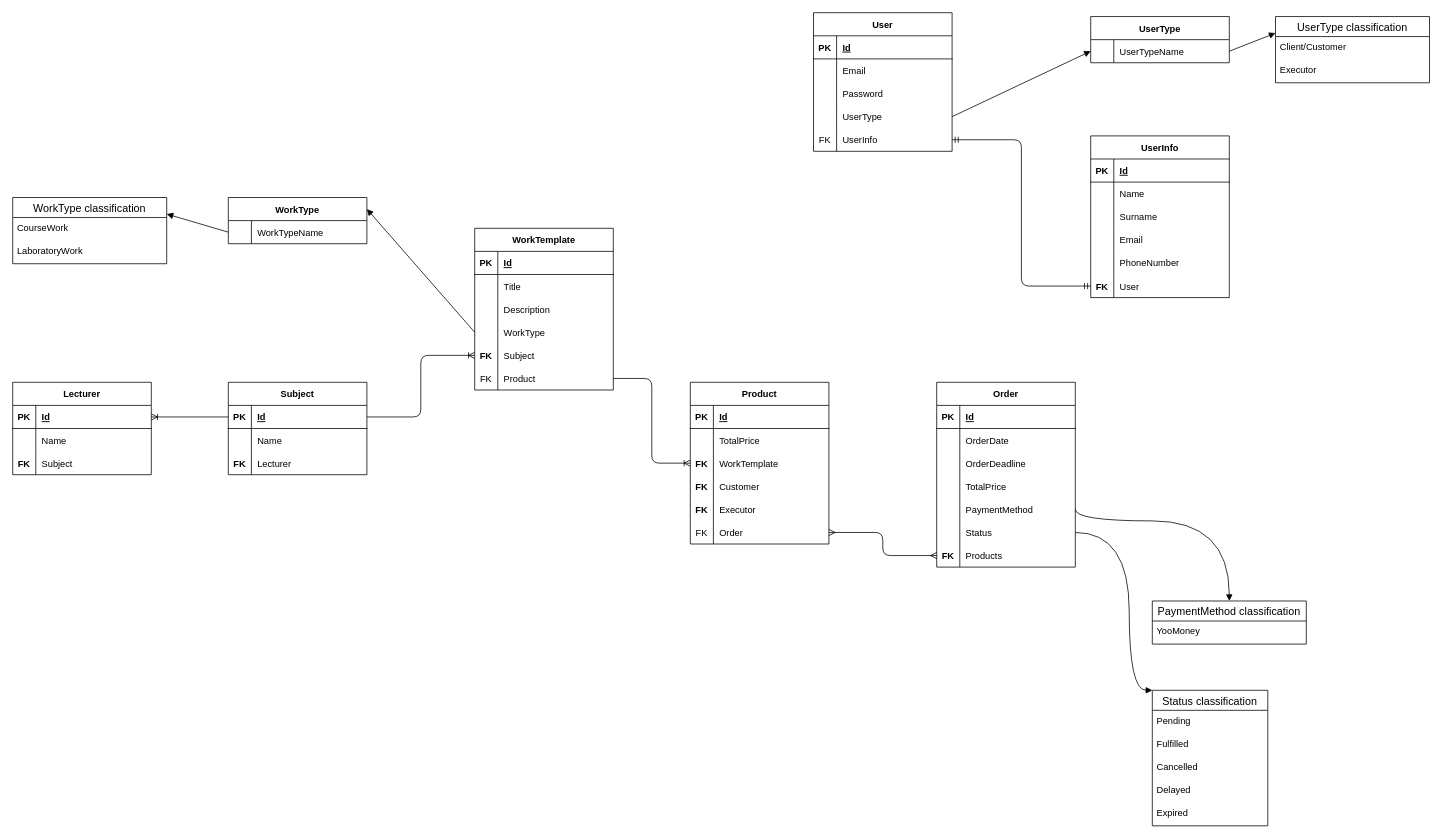
Above: architecture/database overview.drawio in mxdnxghts/ScienceAtrium (draw.io), before the change. Source tidied: cells renumbered, new cells numbered last; positions are measured from the earlier drawing's top-left corner, leaving out a move shared by most shapes. Both pictures are drawn from the tidied source at 77%, with x=0, y=0 at pixel (12, 12).
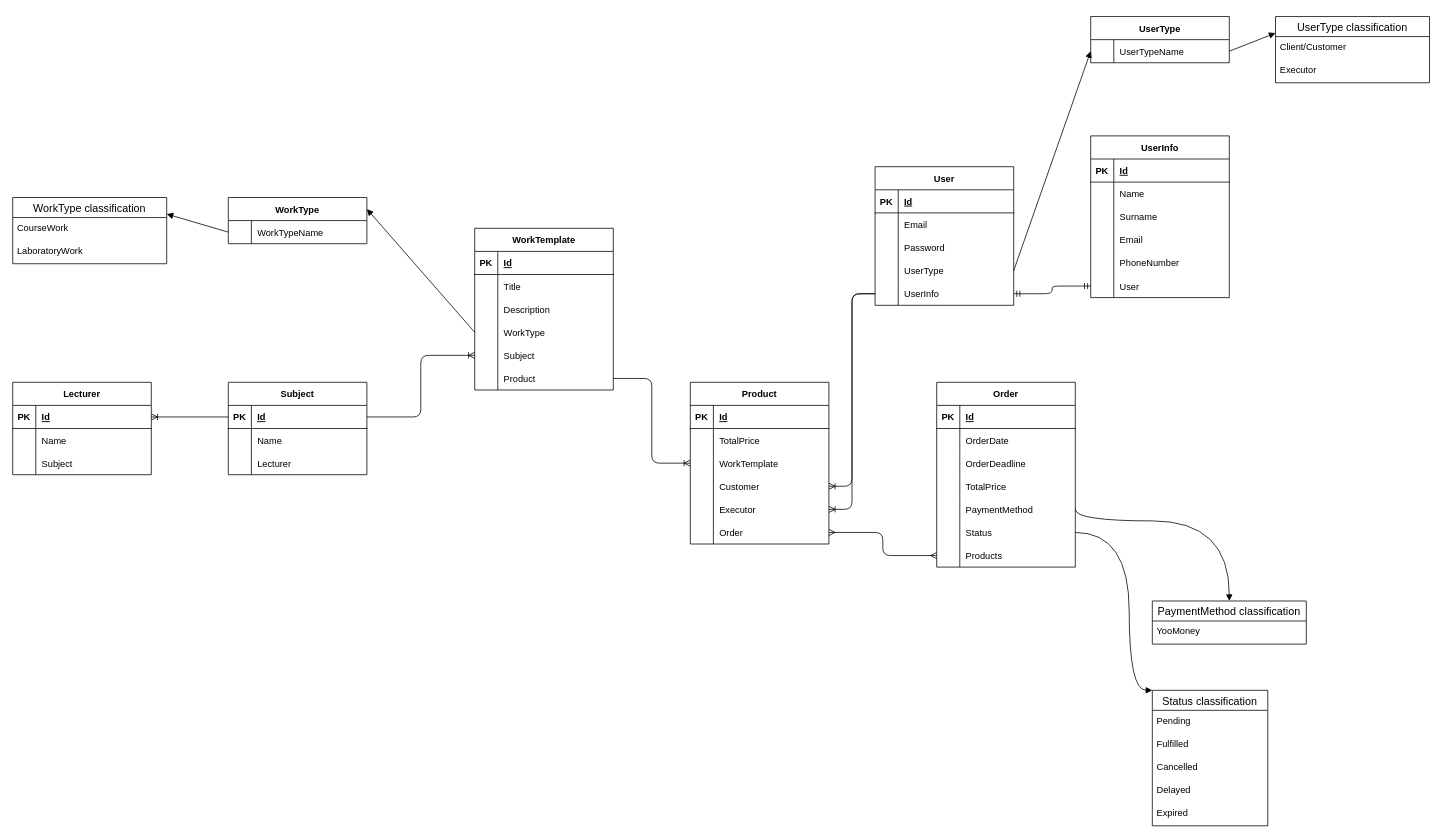
The same page after the edit.

Commit message:
Added relationship between User and Product.

Unchanged cells that the change refers to:
```xml
<mxCell id="21" style="shape=tableRow;horizontal=0;startSize=0;swimlaneHead=0;swimlaneBody=0;fillColor=none;points=[[0,0.5],[1,0.5]];portConstraint=eastwest;top=0;left=0;right=0;bottom=0;" parent="2" vertex="1">
  <mxGeometry y="210" width="180" height="30" as="geometry" />
</mxCell>
<mxCell id="49" style="shape=tableRow;horizontal=0;startSize=0;swimlaneHead=0;swimlaneBody=0;fillColor=none;points=[[0,0.5],[1,0.5]];portConstraint=eastwest;top=0;left=0;right=0;bottom=0;" parent="42" vertex="1">
  <mxGeometry y="90" width="180" height="30" as="geometry" />
</mxCell>
<mxCell id="52" style="shape=tableRow;horizontal=0;startSize=0;swimlaneHead=0;swimlaneBody=0;fillColor=none;points=[[0,0.5],[1,0.5]];portConstraint=eastwest;top=0;left=0;right=0;bottom=0;" parent="42" vertex="1">
  <mxGeometry y="120" width="180" height="30" as="geometry" />
</mxCell>
<mxCell id="55" style="shape=tableRow;horizontal=0;startSize=0;swimlaneHead=0;swimlaneBody=0;fillColor=none;points=[[0,0.5],[1,0.5]];portConstraint=eastwest;top=0;left=0;right=0;bottom=0;" parent="42" vertex="1">
  <mxGeometry y="150" width="180" height="30" as="geometry" />
</mxCell>
<mxCell id="58" style="shape=tableRow;horizontal=0;startSize=0;swimlaneHead=0;swimlaneBody=0;fillColor=none;points=[[0,0.5],[1,0.5]];portConstraint=eastwest;top=0;left=0;right=0;bottom=0;" parent="42" vertex="1">
  <mxGeometry y="180" width="180" height="30" as="geometry" />
</mxCell>
<mxCell id="74" style="shape=tableRow;horizontal=0;startSize=0;swimlaneHead=0;swimlaneBody=0;fillColor=none;points=[[0,0.5],[1,0.5]];portConstraint=eastwest;top=0;left=0;right=0;bottom=0;" parent="61" vertex="1">
  <mxGeometry y="150" width="180" height="30" as="geometry" />
</mxCell>
<mxCell id="77" style="shape=tableRow;horizontal=0;startSize=0;swimlaneHead=0;swimlaneBody=0;fillColor=none;points=[[0,0.5],[1,0.5]];portConstraint=eastwest;top=0;left=0;right=0;bottom=0;" parent="61" vertex="1">
  <mxGeometry y="180" width="180" height="30" as="geometry" />
</mxCell>
<mxCell id="95" style="shape=tableRow;horizontal=0;startSize=0;swimlaneHead=0;swimlaneBody=0;fillColor=none;top=0;left=0;right=0;bottom=0;" parent="88" vertex="1">
  <mxGeometry y="90" width="180" height="30" as="geometry" />
</mxCell>
<mxCell id="105" style="shape=tableRow;horizontal=0;startSize=0;swimlaneHead=0;swimlaneBody=0;fillColor=none;top=0;left=0;right=0;bottom=0;" parent="98" vertex="1">
  <mxGeometry y="90" width="180" height="30" as="geometry" />
</mxCell>
<mxCell id="123" style="shape=tableRow;horizontal=0;startSize=0;swimlaneHead=0;swimlaneBody=0;fillColor=none;points=[[0,0.5],[1,0.5]];portConstraint=eastwest;top=0;left=0;right=0;bottom=0;" parent="110" vertex="1">
  <mxGeometry y="150" width="180" height="30" as="geometry" />
</mxCell>
<mxCell id="143" style="shape=tableRow;horizontal=0;startSize=0;swimlaneHead=0;swimlaneBody=0;fillColor=none;points=[[0,0.5],[1,0.5]];portConstraint=eastwest;top=0;left=0;right=0;bottom=0;" parent="127" vertex="1">
  <mxGeometry y="180" width="180" height="30" as="geometry" />
</mxCell>
```

Change to the diagram source:
```diff
@@
-    <mxCell id="22" value="FK" style="shape=partialRectangle;fillColor=none;top=0;left=0;bottom=0;right=0;overflow=hidden;fontStyle=1;" parent="21" vertex="1">
+    <mxCell id="22" style="shape=partialRectangle;fillColor=none;top=0;left=0;bottom=0;right=0;overflow=hidden;fontStyle=1;" parent="21" vertex="1">
       <mxGeometry width="30" height="30" as="geometry" />
     </mxCell>
@@
-    <mxCell id="50" value="FK" style="shape=partialRectangle;fillColor=none;top=0;left=0;bottom=0;right=0;overflow=hidden;fontStyle=1;" parent="49" vertex="1">
+    <mxCell id="50" style="shape=partialRectangle;fillColor=none;top=0;left=0;bottom=0;right=0;overflow=hidden;fontStyle=1;" parent="49" vertex="1">
       <mxGeometry width="30" height="30" as="geometry" />
     </mxCell>
@@
-    <mxCell id="53" value="FK" style="shape=partialRectangle;fillColor=none;top=0;left=0;bottom=0;right=0;overflow=hidden;fontStyle=1;" parent="52" vertex="1">
+    <mxCell id="53" style="shape=partialRectangle;fillColor=none;top=0;left=0;bottom=0;right=0;overflow=hidden;fontStyle=1;" parent="52" vertex="1">
       <mxGeometry width="30" height="30" as="geometry" />
     </mxCell>
@@
-    <mxCell id="56" value="FK" style="shape=partialRectangle;fillColor=none;top=0;left=0;bottom=0;right=0;overflow=hidden;fontStyle=1;" parent="55" vertex="1">
+    <mxCell id="56" style="shape=partialRectangle;fillColor=none;top=0;left=0;bottom=0;right=0;overflow=hidden;fontStyle=1;" parent="55" vertex="1">
       <mxGeometry width="30" height="30" as="geometry" />
     </mxCell>
@@
-    <mxCell id="59" value="FK" style="shape=partialRectangle;fillColor=none;top=0;left=0;bottom=0;right=0;overflow=hidden;fontStyle=0;" parent="58" vertex="1">
+    <mxCell id="59" style="shape=partialRectangle;fillColor=none;top=0;left=0;bottom=0;right=0;overflow=hidden;fontStyle=0;" parent="58" vertex="1">
       <mxGeometry width="30" height="30" as="geometry" />
     </mxCell>
@@
-    <mxCell id="75" value="FK" style="shape=partialRectangle;fillColor=none;top=0;left=0;bottom=0;right=0;overflow=hidden;fontStyle=1;" parent="74" vertex="1">
+    <mxCell id="75" style="shape=partialRectangle;fillColor=none;top=0;left=0;bottom=0;right=0;overflow=hidden;fontStyle=1;" parent="74" vertex="1">
       <mxGeometry width="30" height="30" as="geometry" />
     </mxCell>
@@
-    <mxCell id="78" value="FK" style="shape=partialRectangle;fillColor=none;top=0;left=0;bottom=0;right=0;overflow=hidden;fontStyle=0;" parent="77" vertex="1">
+    <mxCell id="78" style="shape=partialRectangle;fillColor=none;top=0;left=0;bottom=0;right=0;overflow=hidden;fontStyle=0;" parent="77" vertex="1">
       <mxGeometry width="30" height="30" as="geometry" />
     </mxCell>
@@
-    <mxCell id="96" value="FK" style="shape=partialRectangle;fillColor=none;top=0;left=0;bottom=0;right=0;overflow=hidden;fontStyle=1;" parent="95" vertex="1">
+    <mxCell id="96" style="shape=partialRectangle;fillColor=none;top=0;left=0;bottom=0;right=0;overflow=hidden;fontStyle=1;" parent="95" vertex="1">
       <mxGeometry width="30" height="30" as="geometry" />
     </mxCell>
@@
-    <mxCell id="106" value="FK" style="shape=partialRectangle;fillColor=none;top=0;left=0;bottom=0;right=0;overflow=hidden;fontStyle=1;" parent="105" vertex="1">
+    <mxCell id="106" style="shape=partialRectangle;fillColor=none;top=0;left=0;bottom=0;right=0;overflow=hidden;fontStyle=1;" parent="105" vertex="1">
       <mxGeometry width="30" height="30" as="geometry" />
     </mxCell>
@@
     <mxCell id="110" value="User" style="shape=table;startSize=30;childLayout=tableLayout;rowLines=0;fontStyle=1;align=center;" parent="1" vertex="1">
-      <mxGeometry x="1040" width="180" height="180" as="geometry" />
+      <mxGeometry x="1120" y="200" width="180" height="180" as="geometry" />
     </mxCell>
@@
-    <mxCell id="124" value="FK" style="shape=partialRectangle;fillColor=none;top=0;left=0;bottom=0;right=0;overflow=hidden;fontStyle=0;" parent="123" vertex="1">
+    <mxCell id="124" style="shape=partialRectangle;fillColor=none;top=0;left=0;bottom=0;right=0;overflow=hidden;fontStyle=0;" parent="123" vertex="1">
       <mxGeometry width="30" height="30" as="geometry" />
     </mxCell>
@@
-    <mxCell id="144" value="FK" style="shape=partialRectangle;fillColor=none;top=0;left=0;bottom=0;right=0;overflow=hidden;fontStyle=1;" parent="143" vertex="1">
+    <mxCell id="144" style="shape=partialRectangle;fillColor=none;top=0;left=0;bottom=0;right=0;overflow=hidden;fontStyle=1;" parent="143" vertex="1">
       <mxGeometry width="30" height="30" as="geometry" />
     </mxCell>
@@
+    <mxCell id="150" style="edgeStyle=orthogonalEdgeStyle;fontSize=12;html=1;endArrow=ERoneToMany;exitX=0;exitY=0.5;exitDx=0;exitDy=0;entryX=1;entryY=0.5;entryDx=0;entryDy=0;" parent="1" edge="1" source="123" target="52">
+      <mxGeometry relative="1" as="geometry" />
+    </mxCell>
+    <mxCell id="151" style="edgeStyle=orthogonalEdgeStyle;fontSize=12;html=1;endArrow=ERoneToMany;exitX=0;exitY=0.5;exitDx=0;exitDy=0;entryX=1;entryY=0.5;entryDx=0;entryDy=0;" parent="1" edge="1" source="123" target="55">
+      <mxGeometry relative="1" as="geometry" />
+    </mxCell>
```
